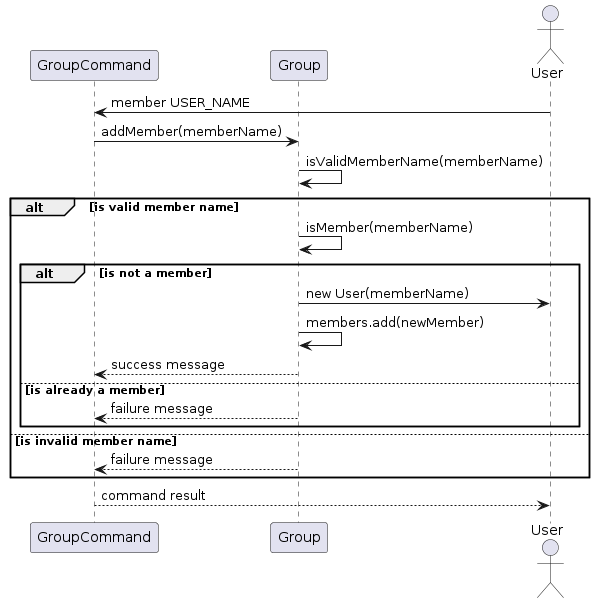
Earlier version of the PlantUML export docs/images/addMember3.png (mukund1403/tp). Source of this version:
```plantuml
@startuml
actor User
participant GroupCommand
participant Group
participant User

User -> GroupCommand: member USER_NAME
GroupCommand -> Group: addMember(memberName)
Group -> Group: isValidMemberName(memberName)
alt is valid member name
    Group -> Group: isMember(memberName)
    alt is not a member
        Group -> User: new User(memberName)
        Group -> Group: members.add(newMember)
        Group --> GroupCommand: success message
    else is already a member
        Group --> GroupCommand: failure message
    end
else is invalid member name
    Group --> GroupCommand: failure message
end
GroupCommand --> User: command result
@enduml
```
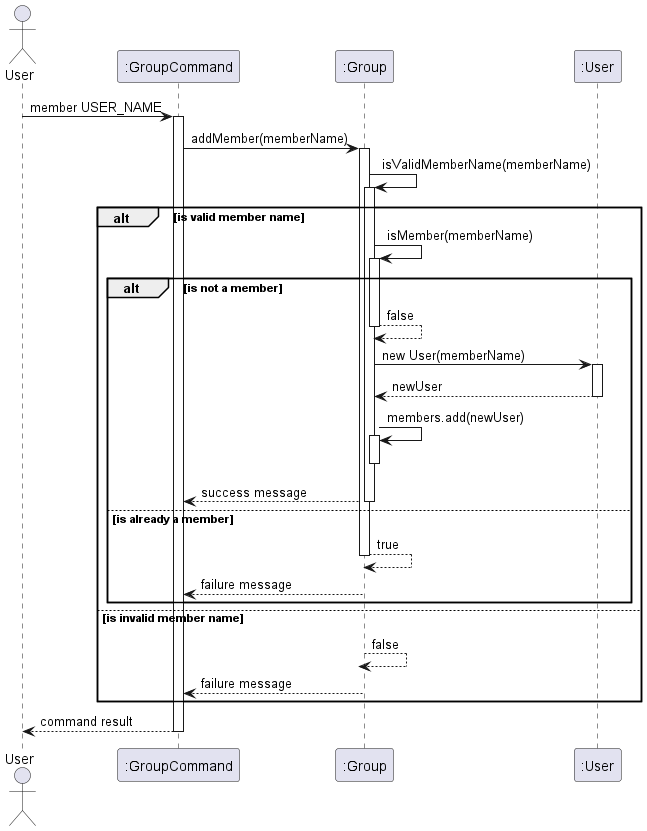
Above is the later version.

Diff of the diagram source:
```diff
@@ -1,23 +1,50 @@
 @startuml
 actor User
-participant GroupCommand
-participant Group
-participant User
+participant ":GroupCommand" as GroupCommand
+participant ":Group" as Group
+participant ":User" as NewUser
 
 User -> GroupCommand: member USER_NAME
+activate GroupCommand
+
 GroupCommand -> Group: addMember(memberName)
+activate Group
+
 Group -> Group: isValidMemberName(memberName)
+activate Group
 alt is valid member name
     Group -> Group: isMember(memberName)
+    activate Group
     alt is not a member
-        Group -> User: new User(memberName)
-        Group -> Group: members.add(newMember)
+        Group --> Group: false
+        deactivate Group
+
+        Group -> NewUser: new User(memberName)
+        activate NewUser
+        NewUser --> Group: newUser
+        deactivate NewUser
+
+        Group -> Group: members.add(newUser)
+        activate Group
+        deactivate Group
+
         Group --> GroupCommand: success message
+        deactivate Group
     else is already a member
+        Group --> Group: true
+        deactivate Group
+
         Group --> GroupCommand: failure message
+        deactivate Group
     end
 else is invalid member name
+    Group --> Group: false
+    deactivate Group
+
     Group --> GroupCommand: failure message
+    deactivate Group
 end
+
 GroupCommand --> User: command result
+deactivate GroupCommand
 @enduml
```
